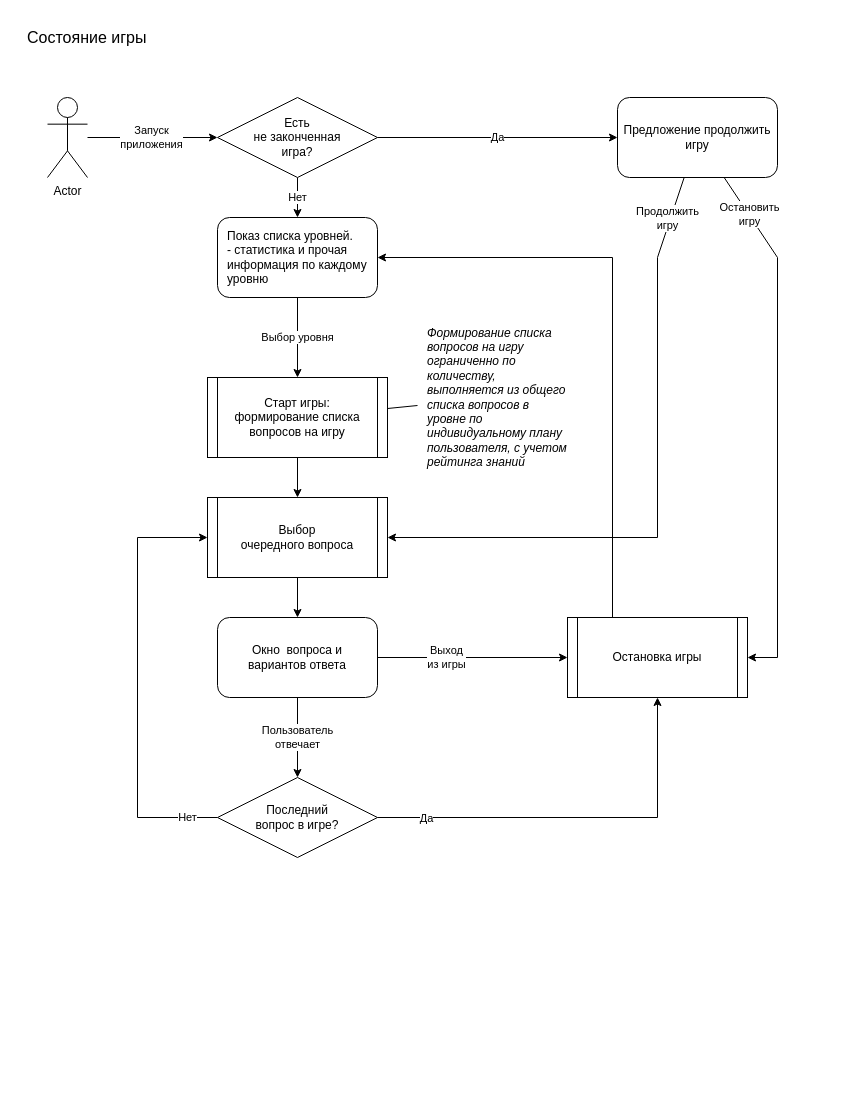
The draw.io diagram run-game/src/run/game/dao/game/game-state.drawio in SazonovDenis/run-game, before the edit. Source tidied: cells renumbered, new cells numbered last; positions are measured from the earlier drawing's top-left corner, leaving out a move shared by most shapes. Both pictures are drawn from the tidied source at 100%, with x=0, y=0 at pixel (17, 17).
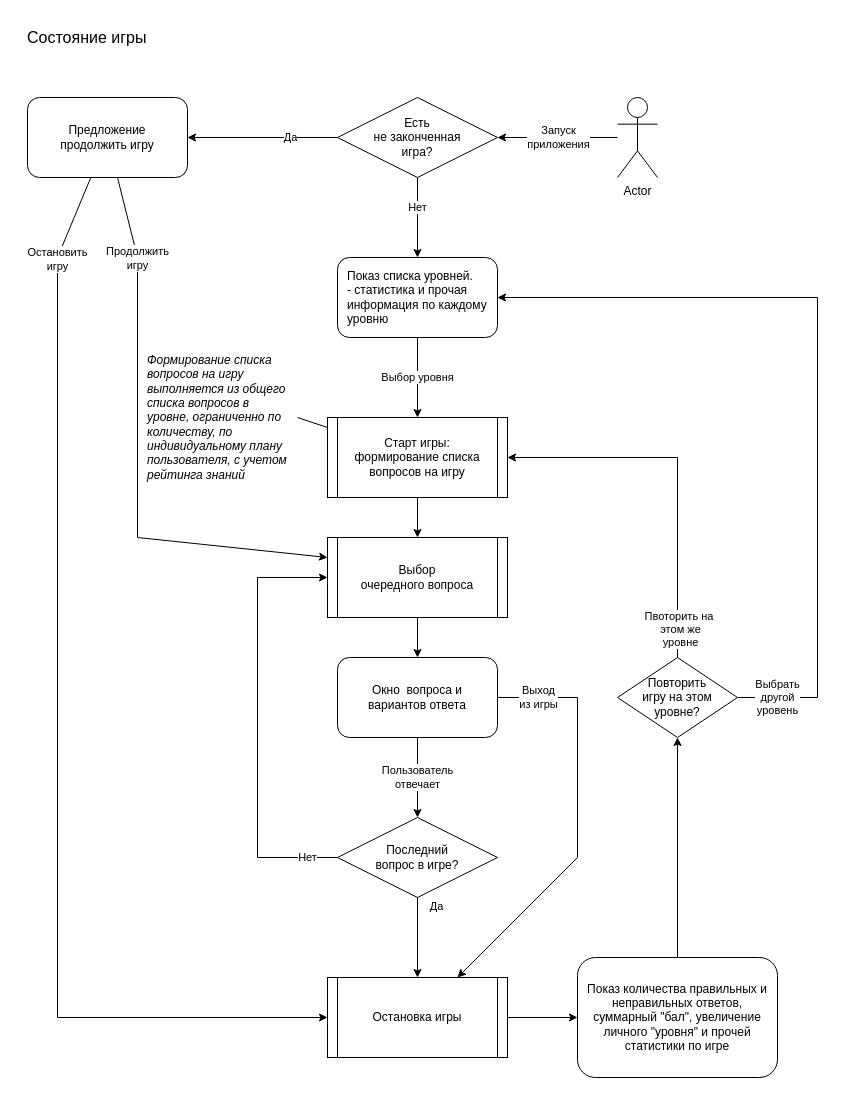
After the change.

Diff of the diagram source:
```diff
@@
     <mxCell id="2" value="Окно&amp;nbsp; вопроса и вариантов ответа" style="rounded=1;whiteSpace=wrap;html=1;fontSize=12;glass=0;strokeWidth=1;shadow=0;spacing=10;" parent="1" vertex="1">
-      <mxGeometry x="200" y="600" width="160" height="80" as="geometry" />
+      <mxGeometry x="320" y="640" width="160" height="80" as="geometry" />
     </mxCell>
@@
     <mxCell id="4" value="Нет" style="endArrow=classic;html=1;rounded=0;" parent="1" edge="1" source="6" target="5">
-      <mxGeometry relative="1" as="geometry" />
+      <mxGeometry x="-0.25" relative="1" as="geometry" />
     </mxCell>
     <mxCell id="5" value="Показ списка уровней.&lt;br&gt;- статистика и прочая информация по каждому уровню" style="rounded=1;whiteSpace=wrap;html=1;align=left;spacing=10;" parent="1" vertex="1">
-      <mxGeometry x="200" y="200" width="160" height="80" as="geometry" />
+      <mxGeometry x="320" y="240" width="160" height="80" as="geometry" />
     </mxCell>
     <mxCell id="6" value="Есть&lt;br&gt;не законченная &lt;br&gt;игра?" style="rhombus;whiteSpace=wrap;html=1;" parent="1" vertex="1">
-      <mxGeometry x="200" y="80" width="160" height="80" as="geometry" />
+      <mxGeometry x="320" y="80" width="160" height="80" as="geometry" />
     </mxCell>
@@
     <mxCell id="8" value="Последний &lt;br&gt;вопрос в игре?" style="strokeWidth=1;html=1;shape=mxgraph.flowchart.decision;whiteSpace=wrap;" parent="1" vertex="1">
-      <mxGeometry x="200" y="760" width="160" height="80" as="geometry" />
+      <mxGeometry x="320" y="800" width="160" height="80" as="geometry" />
     </mxCell>
@@
     <mxCell id="11" value="Выход&lt;br&gt;из игры" style="endArrow=classic;html=1;rounded=0;exitX=1;exitY=0.5;exitDx=0;exitDy=0;" parent="1" edge="1" source="2" target="17">
-      <mxGeometry x="-0.27" relative="1" as="geometry" />
+      <mxGeometry x="-0.8" relative="1" as="geometry">
+        <Array as="points">
+          <mxPoint x="560" y="680" />
+          <mxPoint x="560" y="840" />
+        </Array>
+      </mxGeometry>
     </mxCell>
-    <mxCell id="12" style="endArrow=classic;html=1;rounded=0;exitX=1;exitY=0.5;exitDx=0;exitDy=0;exitPerimeter=0;" parent="1" edge="1" source="8" target="17">
-      <mxGeometry relative="1" as="geometry">
-        <Array as="points">
-          <mxPoint x="640" y="800" />
-        </Array>
-      </mxGeometry>
+    <mxCell id="12" style="endArrow=classic;html=1;rounded=0;" parent="1" edge="1" source="8" target="17">
+      <mxGeometry relative="1" as="geometry" />
     </mxCell>
     <mxCell id="13" value="Да" style="edgeLabel;html=1;align=center;verticalAlign=middle;" parent="12" vertex="1">
       <mxGeometry x="-0.76" y="-2" relative="1" as="geometry">
-        <mxPoint y="-2" as="offset" />
+        <mxPoint x="20" y="-2" as="offset" />
       </mxGeometry>
     </mxCell>
-    <mxCell id="14" style="endArrow=classic;html=1;rounded=0;entryX=1;entryY=0.5;entryDx=0;entryDy=0;exitX=0.25;exitY=0;exitDx=0;exitDy=0;" parent="1" edge="1" source="17" target="5">
-      <mxGeometry relative="1" as="geometry">
-        <Array as="points">
-          <mxPoint x="595" y="240" />
-        </Array>
-      </mxGeometry>
-    </mxCell>
     <mxCell id="15" value="Нет" style="endArrow=classic;html=1;rounded=0;exitX=0;exitY=0.5;exitDx=0;exitDy=0;exitPerimeter=0;entryX=0;entryY=0.5;entryDx=0;entryDy=0;" parent="1" edge="1" source="8" target="19">
       <mxGeometry x="-0.86" relative="1" as="geometry">
         <Array as="points">
-          <mxPoint x="120" y="800" />
-          <mxPoint x="120" y="520" />
+          <mxPoint x="240" y="840" />
+          <mxPoint x="240" y="560" />
         </Array>
       </mxGeometry>
     </mxCell>
     <mxCell id="16" value="Старт игры:&lt;br&gt;формирование списка вопросов на игру" style="shape=process;whiteSpace=wrap;html=1;backgroundOutline=1;size=0.05555555555555555;" parent="1" vertex="1">
-      <mxGeometry x="190" y="360" width="180" height="80" as="geometry" />
+      <mxGeometry x="310" y="400" width="180" height="80" as="geometry" />
     </mxCell>
     <mxCell id="17" value="Остановка игры" style="shape=process;whiteSpace=wrap;html=1;backgroundOutline=1;size=0.05555555555555555;" parent="1" vertex="1">
-      <mxGeometry x="550" y="600" width="180" height="80" as="geometry" />
+      <mxGeometry x="310" y="960" width="180" height="80" as="geometry" />
     </mxCell>
@@
     <mxCell id="19" value="Выбор &lt;br&gt;очередного вопроса" style="shape=process;whiteSpace=wrap;html=1;backgroundOutline=1;size=0.05555555555555555;" parent="1" vertex="1">
-      <mxGeometry x="190" y="480" width="180" height="80" as="geometry" />
+      <mxGeometry x="310" y="520" width="180" height="80" as="geometry" />
     </mxCell>
-    <mxCell id="20" value="Запуск &lt;br&gt;приложения" style="endArrow=classic;html=1;rounded=0;" parent="1" edge="1" source="21">
-      <mxGeometry x="-0.01" relative="1" as="geometry">
-        <mxPoint x="200" y="120" as="targetPoint" />
-      </mxGeometry>
+    <mxCell id="20" value="Запуск &lt;br&gt;приложения" style="endArrow=classic;html=1;rounded=0;" parent="1" edge="1" source="21" target="6">
+      <mxGeometry x="-0.01" relative="1" as="geometry" />
     </mxCell>
     <mxCell id="21" value="Actor" style="shape=umlActor;verticalLabelPosition=bottom;verticalAlign=top;html=1;outlineConnect=0;" parent="1" vertex="1">
-      <mxGeometry x="30" y="80" width="40" height="80" as="geometry" />
+      <mxGeometry x="600" y="80" width="40" height="80" as="geometry" />
     </mxCell>
-    <mxCell id="22" style="endArrow=none;html=1;rounded=0;" parent="1" edge="1" source="16" target="23">
+    <mxCell id="22" style="endArrow=none;html=1;rounded=0;entryX=1;entryY=0.5;entryDx=0;entryDy=0;" parent="1" edge="1" source="16" target="23">
       <mxGeometry relative="1" as="geometry" />
     </mxCell>
-    <mxCell id="23" value="Формирование списка вопросов на игру ограниченно по количеству,&amp;nbsp;&lt;br&gt;выполняется из общего списка вопросов в уровне по индивидуальному плану пользователя, с учетом рейтинга знаний" style="text;html=1;strokeColor=none;fillColor=none;align=left;verticalAlign=middle;whiteSpace=wrap;rounded=0;spacing=10;fontStyle=2;" parent="1" vertex="1">
-      <mxGeometry x="400" y="280" width="160" height="200" as="geometry" />
+    <mxCell id="23" value="Формирование списка вопросов на игру&amp;nbsp;&amp;nbsp;&lt;br&gt;выполняется из общего списка вопросов в уровне, ограниченно по количеству, по индивидуальному плану пользователя, с учетом рейтинга знаний" style="text;html=1;strokeColor=none;fillColor=none;align=left;verticalAlign=middle;whiteSpace=wrap;rounded=0;spacing=10;fontStyle=2;" parent="1" vertex="1">
+      <mxGeometry x="120" y="300" width="160" height="200" as="geometry" />
     </mxCell>
     <mxCell id="24" value="Да" style="endArrow=classic;html=1;rounded=0;" parent="1" edge="1" source="6" target="25">
-      <mxGeometry relative="1" as="geometry" />
+      <mxGeometry x="-0.38" relative="1" as="geometry" />
     </mxCell>
-    <mxCell id="25" value="Предложение продолжить игру" style="rounded=1;whiteSpace=wrap;html=1;" parent="1" vertex="1">
-      <mxGeometry x="600" y="80" width="160" height="80" as="geometry" />
+    <mxCell id="25" value="Предложение&lt;br&gt;продолжить игру" style="rounded=1;whiteSpace=wrap;html=1;" parent="1" vertex="1">
+      <mxGeometry x="10" y="80" width="160" height="80" as="geometry" />
     </mxCell>
-    <mxCell id="26" value="Продолжить &lt;br&gt;игру" style="endArrow=classic;html=1;rounded=0;" parent="1" edge="1" source="25" target="19">
-      <mxGeometry x="-0.86" y="-3" relative="1" as="geometry">
+    <mxCell id="26" value="Продолжить &lt;br&gt;игру" style="endArrow=classic;html=1;rounded=0;entryX=0;entryY=0.25;entryDx=0;entryDy=0;" parent="1" edge="1" source="25" target="19">
+      <mxGeometry x="-0.7" relative="1" as="geometry">
         <Array as="points">
-          <mxPoint x="640" y="240" />
-          <mxPoint x="640" y="520" />
+          <mxPoint x="120" y="240" />
+          <mxPoint x="120" y="520" />
         </Array>
       </mxGeometry>
     </mxCell>
-    <mxCell id="27" value="Остановить&lt;br&gt;игру" style="endArrow=classic;html=1;rounded=0;entryX=1;entryY=0.5;entryDx=0;entryDy=0;" parent="1" edge="1" source="25" target="17">
-      <mxGeometry x="-0.83" relative="1" as="geometry">
+    <mxCell id="27" value="Остановить&lt;br&gt;игру" style="endArrow=classic;html=1;rounded=0;" parent="1" edge="1" source="25" target="17">
+      <mxGeometry x="-0.84" relative="1" as="geometry">
         <Array as="points">
-          <mxPoint x="760" y="240" />
-          <mxPoint x="760" y="640" />
+          <mxPoint x="40" y="240" />
+          <mxPoint x="40" y="1000" />
         </Array>
       </mxGeometry>
     </mxCell>
+    <mxCell id="28" value="Показ количества правильных и неправильных ответов, суммарный &quot;бал&quot;, увеличение личного &quot;уровня&quot; и прочей статистики по игре" style="rounded=1;whiteSpace=wrap;html=1;spacing=10;" parent="1" vertex="1">
+      <mxGeometry x="560" y="940" width="200" height="120" as="geometry" />
+    </mxCell>
+    <mxCell id="29" value="Повторить&lt;br&gt;игру на этом уровне?" style="rhombus;whiteSpace=wrap;html=1;" parent="1" vertex="1">
+      <mxGeometry x="600" y="640" width="120" height="80" as="geometry" />
+    </mxCell>
+    <mxCell id="30" style="endArrow=classic;html=1;rounded=0;" parent="1" edge="1" source="28" target="29">
+      <mxGeometry relative="1" as="geometry" />
+    </mxCell>
+    <mxCell id="31" value="Выбрать&lt;br&gt;другой&lt;br&gt;уровень" style="endArrow=classic;html=1;rounded=0;exitX=1;exitY=0.5;exitDx=0;exitDy=0;entryX=1;entryY=0.5;entryDx=0;entryDy=0;" parent="1" edge="1" source="29" target="5">
+      <mxGeometry x="-0.9" relative="1" as="geometry">
+        <Array as="points">
+          <mxPoint x="800" y="680" />
+          <mxPoint x="800" y="280" />
+        </Array>
+      </mxGeometry>
+    </mxCell>
+    <mxCell id="32" value="Пвоторить на&amp;nbsp;&lt;br&gt;этом же&lt;br&gt;уровне" style="endArrow=classic;html=1;rounded=0;exitX=0.5;exitY=0;exitDx=0;exitDy=0;entryX=1;entryY=0.5;entryDx=0;entryDy=0;" parent="1" edge="1" source="29" target="16">
+      <mxGeometry x="-0.85" y="-3" relative="1" as="geometry">
+        <Array as="points">
+          <mxPoint x="660" y="440" />
+        </Array>
+      </mxGeometry>
+    </mxCell>
+    <mxCell id="33" style="endArrow=classic;html=1;rounded=0;" parent="1" edge="1" source="17" target="28">
+      <mxGeometry relative="1" as="geometry" />
+    </mxCell>
```
